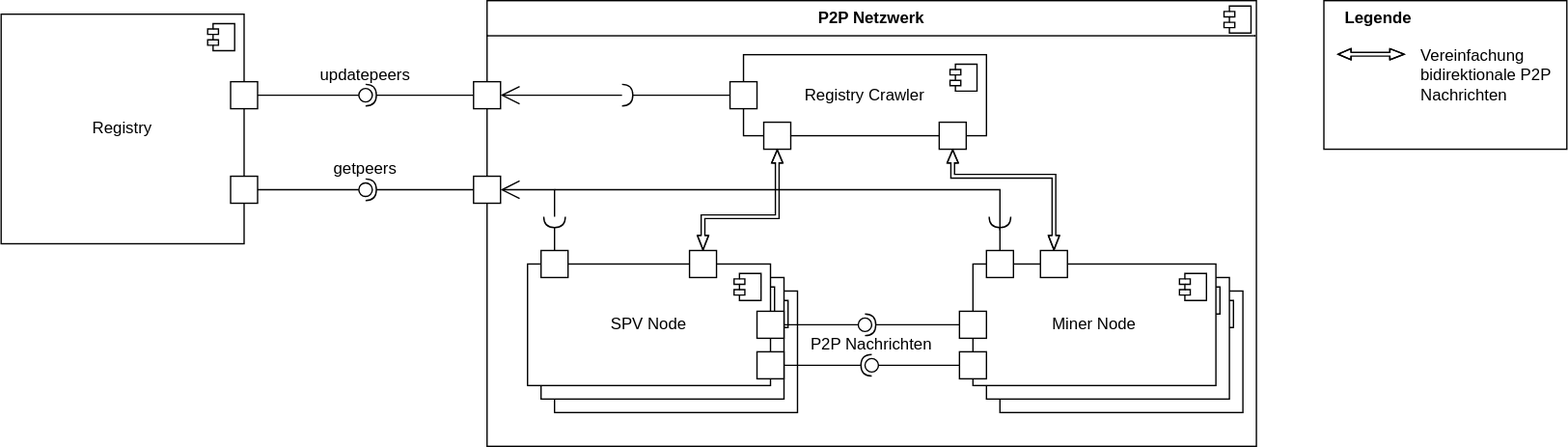
Above: docs/arc42/arc42-MinerNetwork/images/Layer 2.drawio.svg in bjoern621/VSP-Blockchain (draw.io), before the change. Source tidied: cells renumbered, new cells last; positions are measured from the earlier drawing's top-left corner, leaving out a move shared by most shapes.
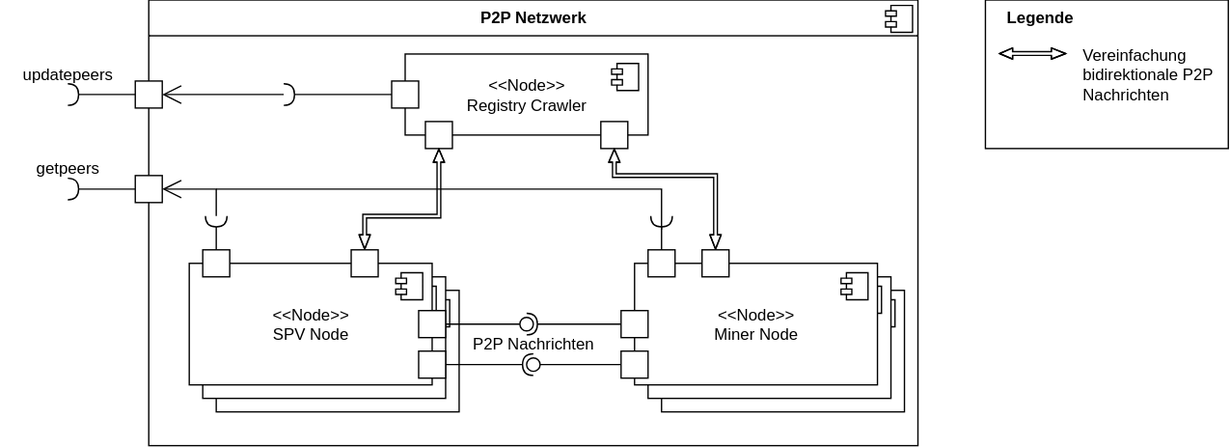
Above is the later version.

Diff of the diagram source:
```diff
@@ -42,45 +42,21 @@
         <mxPoint x="-27" y="7" as="offset" />
       </mxGeometry>
     </mxCell>
-    <mxCell id="12" value="Registry" style="html=1;whiteSpace=wrap;" parent="1" vertex="1">
-      <mxGeometry y="10" width="180" height="170" as="geometry" />
-    </mxCell>
-    <mxCell id="13" style="shape=module;jettyWidth=8;jettyHeight=4;" parent="12" vertex="1">
-      <mxGeometry x="1" width="20" height="20" relative="1" as="geometry">
-        <mxPoint x="-27" y="7" as="offset" />
-      </mxGeometry>
-    </mxCell>
-    <mxCell id="14" style="rounded=0;whiteSpace=wrap;html=1;" parent="1" vertex="1">
-      <mxGeometry x="170" y="60" width="20" height="20" as="geometry" />
-    </mxCell>
     <mxCell id="15" style="rounded=0;jettySize=auto;html=1;endArrow=halfCircle;endFill=0;endSize=6;strokeWidth=1;sketch=0;exitX=0;exitY=0.5;exitDx=0;exitDy=0;" parent="1" edge="1" source="22">
       <mxGeometry relative="1" as="geometry">
-        <mxPoint x="270" y="70" as="targetPoint" />
+        <mxPoint x="300" y="70" as="targetPoint" />
       </mxGeometry>
     </mxCell>
-    <mxCell id="16" style="rounded=0;jettySize=auto;html=1;endArrow=oval;endFill=0;sketch=0;sourcePerimeterSpacing=0;targetPerimeterSpacing=0;endSize=10;exitX=1;exitY=0.5;exitDx=0;exitDy=0;" parent="1" edge="1" source="14">
-      <mxGeometry relative="1" as="geometry">
-        <mxPoint x="270" y="70" as="targetPoint" />
-      </mxGeometry>
-    </mxCell>
-    <mxCell id="17" style="rounded=0;whiteSpace=wrap;html=1;" parent="1" vertex="1">
-      <mxGeometry x="170" y="130" width="20" height="20" as="geometry" />
-    </mxCell>
     <mxCell id="18" style="rounded=0;jettySize=auto;html=1;endArrow=halfCircle;endFill=0;endSize=6;strokeWidth=1;sketch=0;exitX=0;exitY=0.5;exitDx=0;exitDy=0;" parent="1" edge="1" source="23">
       <mxGeometry relative="1" as="geometry">
-        <mxPoint x="270" y="140" as="targetPoint" />
+        <mxPoint x="300" y="140" as="targetPoint" />
       </mxGeometry>
     </mxCell>
-    <mxCell id="19" style="rounded=0;jettySize=auto;html=1;endArrow=oval;endFill=0;sketch=0;sourcePerimeterSpacing=0;targetPerimeterSpacing=0;endSize=10;exitX=1;exitY=0.5;exitDx=0;exitDy=0;" parent="1" edge="1" source="17">
-      <mxGeometry relative="1" as="geometry">
-        <mxPoint x="270" y="140" as="targetPoint" />
-      </mxGeometry>
-    </mxCell>
     <mxCell id="20" value="updatepeers" style="text;html=1;whiteSpace=wrap;strokeColor=none;fillColor=none;align=center;verticalAlign=middle;rounded=0;" parent="1" vertex="1">
-      <mxGeometry x="220" y="40" width="100" height="30" as="geometry" />
+      <mxGeometry x="250" y="40" width="100" height="30" as="geometry" />
     </mxCell>
     <mxCell id="21" value="getpeers" style="text;html=1;whiteSpace=wrap;strokeColor=none;fillColor=none;align=center;verticalAlign=middle;rounded=0;" parent="1" vertex="1">
-      <mxGeometry x="220" y="110" width="100" height="30" as="geometry" />
+      <mxGeometry x="250" y="110" width="100" height="30" as="geometry" />
     </mxCell>
     <mxCell id="22" style="rounded=0;whiteSpace=wrap;html=1;" parent="1" vertex="1">
       <mxGeometry x="350" y="60" width="20" height="20" as="geometry" />
@@ -88,7 +64,7 @@
     <mxCell id="23" style="rounded=0;whiteSpace=wrap;html=1;" parent="1" vertex="1">
       <mxGeometry x="350" y="130" width="20" height="20" as="geometry" />
     </mxCell>
-    <mxCell id="24" value="Registry Crawler" style="html=1;whiteSpace=wrap;" parent="1" vertex="1">
+    <mxCell id="24" value="&lt;div&gt;&amp;lt;&amp;lt;Node&amp;gt;&amp;gt;&lt;/div&gt;Registry Crawler" style="html=1;whiteSpace=wrap;" parent="1" vertex="1">
       <mxGeometry x="550" y="40" width="180" height="60" as="geometry" />
     </mxCell>
     <mxCell id="25" style="shape=module;jettyWidth=8;jettyHeight=4;" parent="24" vertex="1">
@@ -109,7 +85,7 @@
         <mxPoint x="460" y="70" as="sourcePoint" />
       </mxGeometry>
     </mxCell>
-    <mxCell id="29" value="SPV Node" style="html=1;whiteSpace=wrap;" parent="1" vertex="1">
+    <mxCell id="29" value="&lt;div&gt;&amp;lt;&amp;lt;Node&amp;gt;&amp;gt;&lt;/div&gt;SPV Node" style="html=1;whiteSpace=wrap;" parent="1" vertex="1">
       <mxGeometry x="390" y="195" width="180" height="90" as="geometry" />
     </mxCell>
     <mxCell id="30" style="shape=module;jettyWidth=8;jettyHeight=4;" parent="29" vertex="1">
@@ -117,7 +93,7 @@
         <mxPoint x="-27" y="7" as="offset" />
       </mxGeometry>
     </mxCell>
-    <mxCell id="31" value="Miner Node" style="html=1;whiteSpace=wrap;" parent="1" vertex="1">
+    <mxCell id="31" value="&lt;div&gt;&amp;lt;&amp;lt;Node&amp;gt;&amp;gt;&lt;/div&gt;Miner Node" style="html=1;whiteSpace=wrap;" parent="1" vertex="1">
       <mxGeometry x="720" y="195" width="180" height="90" as="geometry" />
     </mxCell>
     <mxCell id="32" style="shape=module;jettyWidth=8;jettyHeight=4;" parent="31" vertex="1">
```
